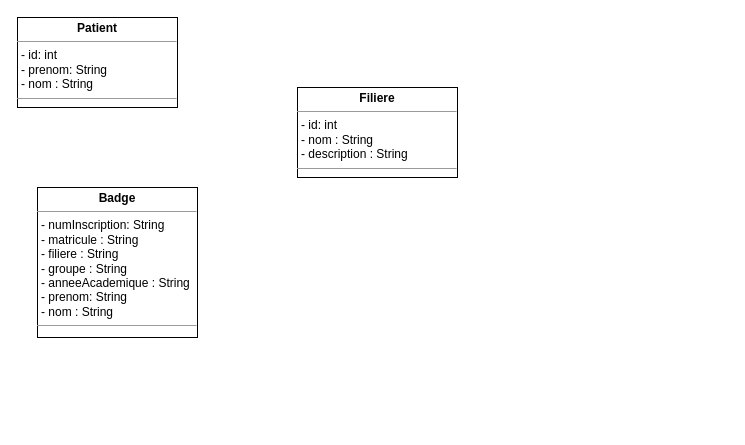
Before: model.drawio in jialo1/DevPR215PHP2, a draw.io diagram. Source tidied: cells renumbered, new cells numbered last; positions are measured from the earlier drawing's top-left corner, leaving out a move shared by most shapes. Both pictures are drawn from the tidied source at 100%, with x=0, y=0 at pixel (17, 17).
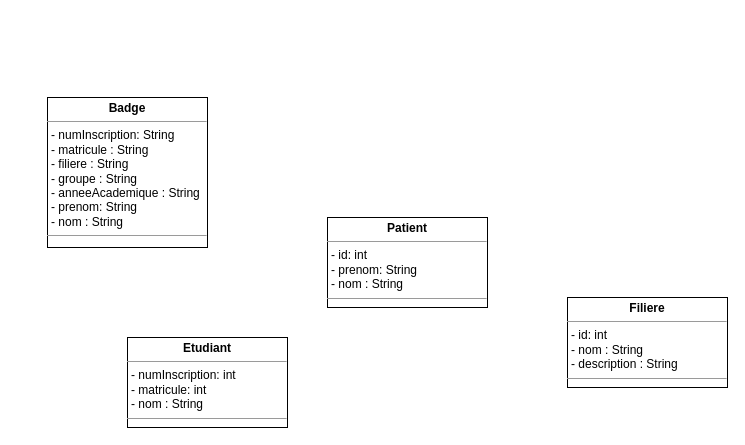
Above is the later version.

The edit, as a diff of the source:
```diff
@@
 <mxGraphModel>
   <root>
     <mxCell id="0" />
     <mxCell id="1" parent="0" />
     <mxCell id="2" value="&lt;p style=&quot;margin: 0px ; margin-top: 4px ; text-align: center&quot;&gt;&lt;b&gt;Patient&lt;/b&gt;&lt;/p&gt;&lt;hr size=&quot;1&quot;&gt;&lt;p style=&quot;margin: 0px ; margin-left: 4px&quot;&gt;- id: int&lt;/p&gt;&lt;p style=&quot;margin: 0px ; margin-left: 4px&quot;&gt;- prenom: String&lt;/p&gt;&lt;p style=&quot;margin: 0px ; margin-left: 4px&quot;&gt;- nom : String&amp;nbsp;&lt;/p&gt;&lt;hr size=&quot;1&quot;&gt;&lt;p style=&quot;margin: 0px ; margin-left: 4px&quot;&gt;&lt;br&gt;&lt;/p&gt;" style="verticalAlign=top;align=left;overflow=fill;fontSize=12;fontFamily=Helvetica;html=1;" parent="1" vertex="1">
-      <mxGeometry width="160" height="90" as="geometry" />
+      <mxGeometry x="310" y="200" width="160" height="90" as="geometry" />
     </mxCell>
     <mxCell id="3" value="&lt;p style=&quot;margin: 0px ; margin-top: 4px ; text-align: center&quot;&gt;&lt;b&gt;Filiere&lt;/b&gt;&lt;/p&gt;&lt;hr size=&quot;1&quot;&gt;&lt;p style=&quot;margin: 0px ; margin-left: 4px&quot;&gt;- id: int&lt;/p&gt;&lt;p style=&quot;margin: 0px ; margin-left: 4px&quot;&gt;&lt;span&gt;- nom : String&lt;/span&gt;&lt;/p&gt;&lt;p style=&quot;margin: 0px ; margin-left: 4px&quot;&gt;&lt;span&gt;- description : String&amp;nbsp;&lt;/span&gt;&lt;br&gt;&lt;/p&gt;&lt;hr size=&quot;1&quot;&gt;&lt;p style=&quot;margin: 0px ; margin-left: 4px&quot;&gt;&lt;br&gt;&lt;/p&gt;" style="verticalAlign=top;align=left;overflow=fill;fontSize=12;fontFamily=Helvetica;html=1;" parent="1" vertex="1">
-      <mxGeometry x="280" y="70" width="160" height="90" as="geometry" />
+      <mxGeometry x="550" y="280" width="160" height="90" as="geometry" />
     </mxCell>
     <mxCell id="4" value="&lt;p style=&quot;margin: 0px ; margin-top: 4px ; text-align: center&quot;&gt;&lt;b&gt;Badge&lt;/b&gt;&lt;/p&gt;&lt;hr size=&quot;1&quot;&gt;&lt;p style=&quot;margin: 0px ; margin-left: 4px&quot;&gt;- numInscription: String&lt;/p&gt;&lt;p style=&quot;margin: 0px ; margin-left: 4px&quot;&gt;- matricule : String&lt;/p&gt;&lt;p style=&quot;margin: 0px ; margin-left: 4px&quot;&gt;- filiere : String&lt;/p&gt;&lt;p style=&quot;margin: 0px ; margin-left: 4px&quot;&gt;- groupe : String&lt;/p&gt;&lt;p style=&quot;margin: 0px ; margin-left: 4px&quot;&gt;- anneeAcademique : String&lt;/p&gt;&lt;p style=&quot;margin: 0px ; margin-left: 4px&quot;&gt;- prenom: String&lt;/p&gt;&lt;p style=&quot;margin: 0px ; margin-left: 4px&quot;&gt;- nom : String&amp;nbsp;&lt;/p&gt;&lt;hr size=&quot;1&quot;&gt;&lt;p style=&quot;margin: 0px ; margin-left: 4px&quot;&gt;&lt;br&gt;&lt;/p&gt;" style="verticalAlign=top;align=left;overflow=fill;fontSize=12;fontFamily=Helvetica;html=1;" parent="1" vertex="1">
-      <mxGeometry x="20" y="170" width="160" height="150" as="geometry" />
+      <mxGeometry x="30" y="80" width="160" height="150" as="geometry" />
     </mxCell>
+    <mxCell id="5" value="&lt;p style=&quot;margin: 0px ; margin-top: 4px ; text-align: center&quot;&gt;&lt;b&gt;Etudiant&lt;/b&gt;&lt;/p&gt;&lt;hr size=&quot;1&quot;&gt;&lt;p style=&quot;margin: 0px ; margin-left: 4px&quot;&gt;- numInscription: int&lt;/p&gt;&lt;p style=&quot;margin: 0px ; margin-left: 4px&quot;&gt;- matricule: int&lt;/p&gt;&lt;p style=&quot;margin: 0px ; margin-left: 4px&quot;&gt;- nom : String&amp;nbsp;&lt;/p&gt;&lt;hr size=&quot;1&quot;&gt;&lt;p style=&quot;margin: 0px ; margin-left: 4px&quot;&gt;&lt;br&gt;&lt;/p&gt;" style="verticalAlign=top;align=left;overflow=fill;fontSize=12;fontFamily=Helvetica;html=1;" parent="1" vertex="1">
+      <mxGeometry x="110" y="320" width="160" height="90" as="geometry" />
+    </mxCell>
   </root>
 </mxGraphModel>
```
